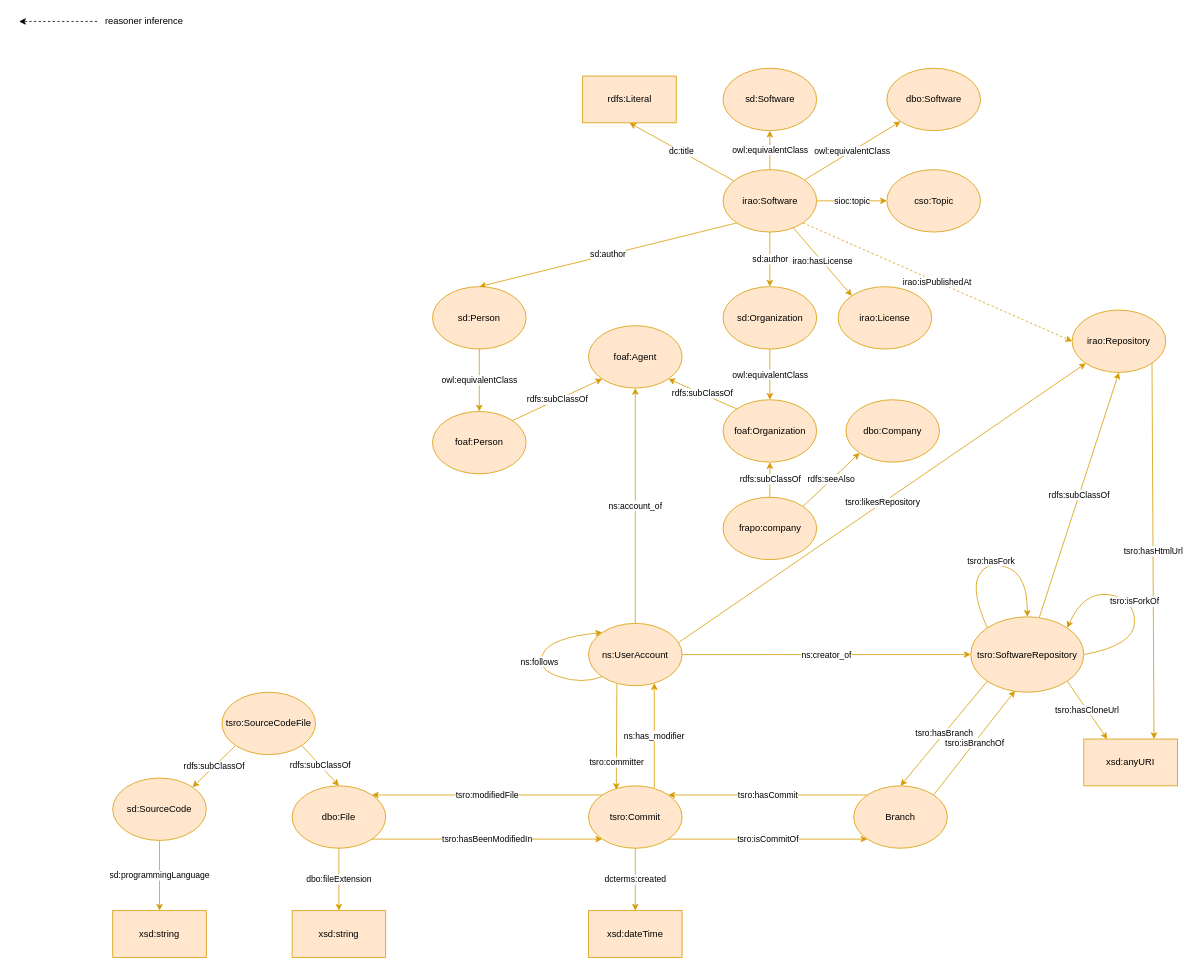
Before: ontologies/The Software Repository Ontology.drawio in sabato-nocera/tsro, a draw.io diagram. Source tidied: cells renumbered, new cells numbered last; positions are measured from the earlier drawing's top-left corner, leaving out a move shared by most shapes. Both pictures are drawn from the tidied source at 78%, with x=0, y=0 at pixel (19, 13).
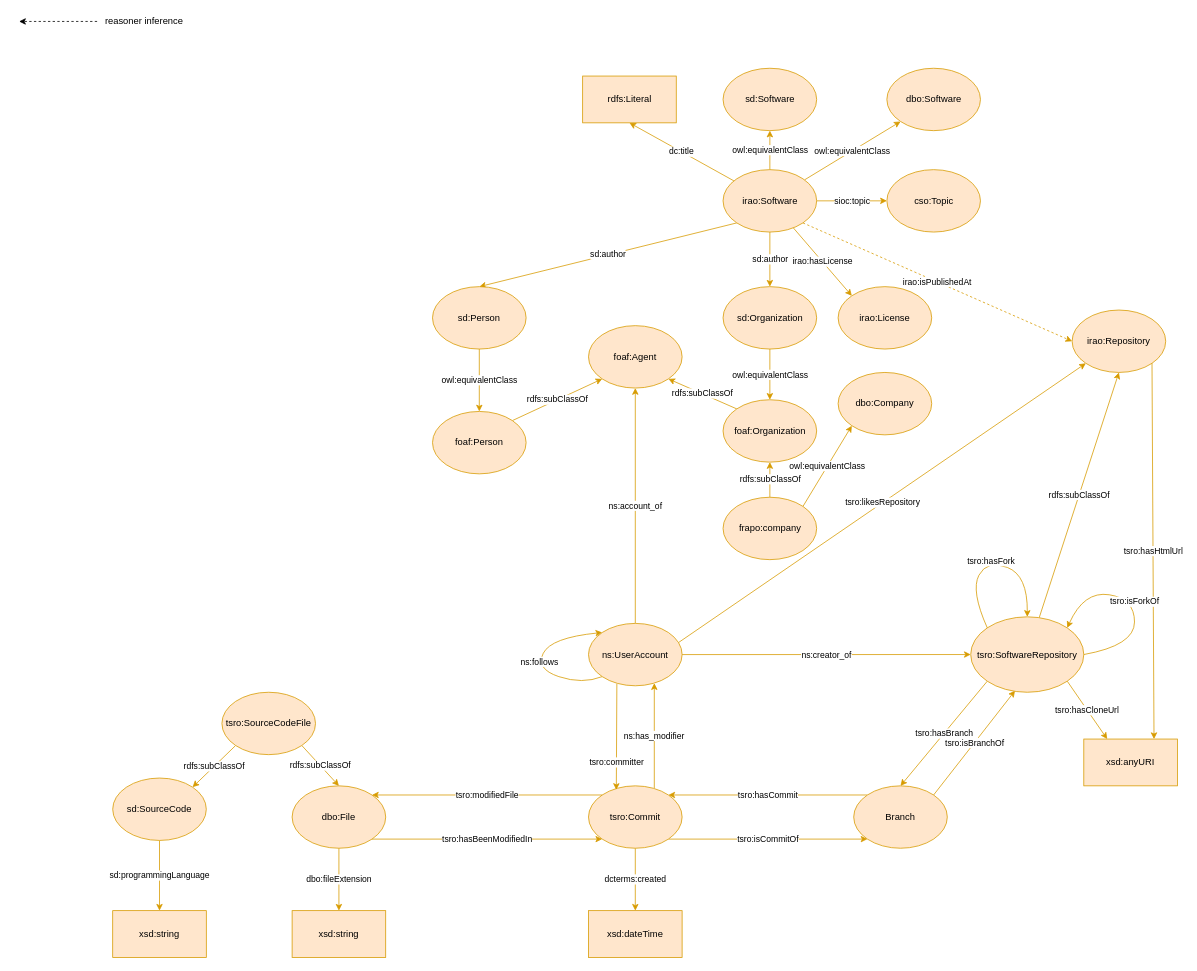
After the change.

Unchanged cells that the change refers to:
```xml
<mxCell id="61" value="frapo:company" style="ellipse;whiteSpace=wrap;html=1;fillColor=#ffe6cc;strokeColor=#d79b00;" parent="1" vertex="1">
  <mxGeometry x="902.5" y="620" width="120" height="80" as="geometry" />
</mxCell>
```

Diff of the diagram source:
```diff
@@
-    <mxCell id="60" value="rdfs:seeAlso" style="edgeStyle=none;rounded=0;jettySize=auto;html=1;exitX=1;exitY=0;exitDx=0;exitDy=0;entryX=0;entryY=1;entryDx=0;entryDy=0;fillColor=#ffe6cc;strokeColor=#d79b00;" parent="1" edge="1" source="61" target="62">
+    <mxCell id="60" value="owl:equivalentClass" style="edgeStyle=none;rounded=0;jettySize=auto;html=1;exitX=1;exitY=0;exitDx=0;exitDy=0;entryX=0;entryY=1;entryDx=0;entryDy=0;fillColor=#ffe6cc;strokeColor=#d79b00;" parent="1" edge="1" source="61" target="62">
       <mxGeometry relative="1" as="geometry" />
     </mxCell>
@@
     <mxCell id="62" value="dbo:Company" style="ellipse;whiteSpace=wrap;html=1;fillColor=#ffe6cc;strokeColor=#d79b00;" parent="1" vertex="1">
-      <mxGeometry x="1060" y="495" width="120" height="80" as="geometry" />
+      <mxGeometry x="1050" y="460" width="120" height="80" as="geometry" />
     </mxCell>
```
